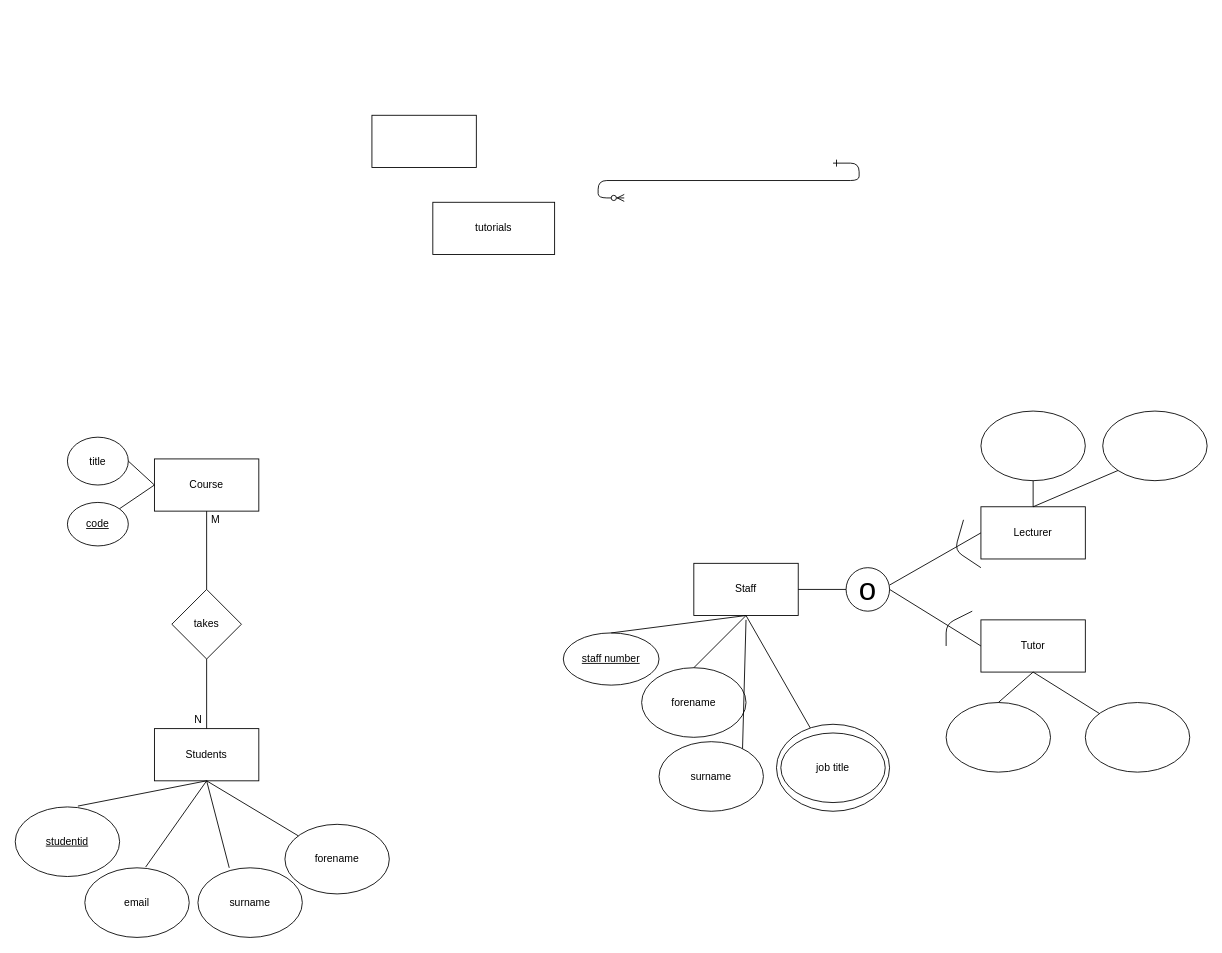
This is CS1F_LAB_1.drawio from LorneBarnaby/jupyter-notes, a draw.io file, before an edit. Source tidied: cells renumbered, new cells numbered last; positions are measured from the earlier drawing's top-left corner, leaving out a move shared by most shapes. Both pictures are drawn from the tidied source at 87%, with x=0, y=0 at pixel (15, 115).
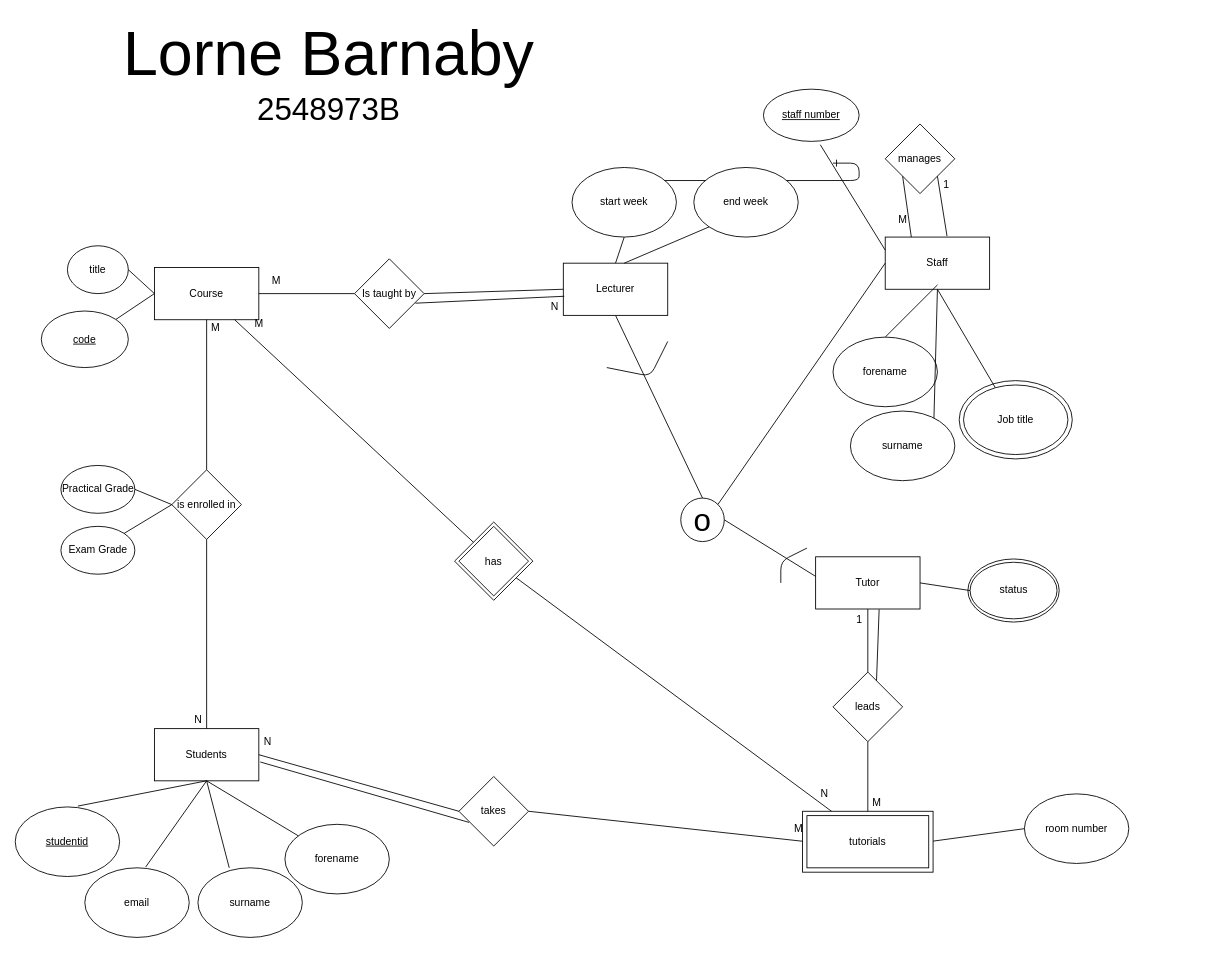
Above is the later version.

Unchanged cells that the change refers to:
```xml
<mxCell id="4" value="Students" style="rounded=0;whiteSpace=wrap;html=1;" parent="1" vertex="1">
  <mxGeometry x="160" y="705" width="120" height="60" as="geometry" />
</mxCell>
```

Diff of the diagram source:
```diff
@@
+    <mxCell id="51" style="ellipse;whiteSpace=wrap;html=1;" parent="1" vertex="1">
+      <mxGeometry x="1095" y="510" width="105" height="72.5" as="geometry" />
+    </mxCell>
+    <mxCell id="52" style="ellipse;whiteSpace=wrap;html=1;" parent="1" vertex="1">
+      <mxGeometry x="1085" y="305" width="130" height="90" as="geometry" />
+    </mxCell>
@@
-    <mxCell id="3" style="rounded=0;whiteSpace=wrap;html=1;" parent="1" vertex="1">
-      <mxGeometry x="410" width="120" height="60" as="geometry" />
-    </mxCell>
@@
-    <mxCell id="5" value="tutorials" style="rounded=0;whiteSpace=wrap;html=1;" parent="1" vertex="1">
-      <mxGeometry x="480" y="100" width="140" height="60" as="geometry" />
-    </mxCell>
     <mxCell id="6" value="Staff" style="rounded=0;whiteSpace=wrap;html=1;" parent="1" vertex="1">
-      <mxGeometry x="780" y="515" width="120" height="60" as="geometry" />
+      <mxGeometry x="1000" y="140" width="120" height="60" as="geometry" />
     </mxCell>
     <mxCell id="7" value="Course" style="rounded=0;whiteSpace=wrap;html=1;" parent="1" vertex="1">
-      <mxGeometry x="160" y="395" width="120" height="60" as="geometry" />
+      <mxGeometry x="160" y="175" width="120" height="60" as="geometry" />
     </mxCell>
     <mxCell id="8" value="&lt;u&gt;code&lt;/u&gt;" style="ellipse;whiteSpace=wrap;html=1;" parent="1" vertex="1">
-      <mxGeometry x="60" y="445" width="70" height="50" as="geometry" />
+      <mxGeometry x="30" y="225" width="100" height="65" as="geometry" />
     </mxCell>
@@
     <mxCell id="10" value="title" style="ellipse;whiteSpace=wrap;html=1;" parent="1" vertex="1">
-      <mxGeometry x="60" y="370" width="70" height="55" as="geometry" />
+      <mxGeometry x="60" y="150" width="70" height="55" as="geometry" />
     </mxCell>
@@
-    <mxCell id="20" value="takes" style="rhombus;whiteSpace=wrap;html=1;" parent="1" vertex="1">
-      <mxGeometry x="180" y="545" width="80" height="80" as="geometry" />
+    <mxCell id="20" value="is enrolled in" style="rhombus;whiteSpace=wrap;html=1;" parent="1" vertex="1">
+      <mxGeometry x="180" y="407.5" width="80" height="80" as="geometry" />
     </mxCell>
@@
     <mxCell id="23" value="M" style="text;html=1;align=center;verticalAlign=middle;" parent="1" vertex="1">
-      <mxGeometry x="220" y="455" width="20" height="20" as="geometry" />
+      <mxGeometry x="220" y="235" width="20" height="20" as="geometry" />
     </mxCell>
@@
     <mxCell id="25" value="&lt;u&gt;staff number&lt;/u&gt;" style="ellipse;whiteSpace=wrap;html=1;" parent="1" vertex="1">
-      <mxGeometry x="630" y="595" width="110" height="60" as="geometry" />
+      <mxGeometry x="860" y="-30" width="110" height="60" as="geometry" />
     </mxCell>
     <mxCell id="26" value="forename" style="ellipse;whiteSpace=wrap;html=1;" parent="1" vertex="1">
-      <mxGeometry x="720" y="635" width="120" height="80" as="geometry" />
+      <mxGeometry x="940" y="255" width="120" height="80" as="geometry" />
     </mxCell>
     <mxCell id="27" value="surname" style="ellipse;whiteSpace=wrap;html=1;" parent="1" vertex="1">
-      <mxGeometry x="740" y="720" width="120" height="80" as="geometry" />
+      <mxGeometry x="960" y="340" width="120" height="80" as="geometry" />
     </mxCell>
-    <mxCell id="28" style="group;" parent="1" vertex="1">
-      <mxGeometry x="875" y="700" width="130" height="100" as="geometry" />
-    </mxCell>
-    <mxCell id="29" style="ellipse;whiteSpace=wrap;html=1;" parent="28" vertex="1">
-      <mxGeometry width="130" height="100" as="geometry" />
-    </mxCell>
-    <mxCell id="30" value="job title" style="ellipse;whiteSpace=wrap;html=1;" parent="28" vertex="1">
-      <mxGeometry x="5" y="10" width="120" height="80" as="geometry" />
-    </mxCell>
-    <mxCell id="31" style="endArrow=none;html=1;entryX=0.5;entryY=1;entryDx=0;entryDy=0;exitX=0.5;exitY=0;exitDx=0;exitDy=0;" parent="1" edge="1" source="25" target="6">
+    <mxCell id="31" style="endArrow=none;html=1;entryX=0;entryY=0.25;entryDx=0;entryDy=0;exitX=0.594;exitY=1.064;exitDx=0;exitDy=0;exitPerimeter=0;" parent="1" edge="1" source="25" target="6">
       <mxGeometry relative="1" as="geometry" />
     </mxCell>
     <mxCell id="32" style="endArrow=none;html=1;exitX=0.5;exitY=0;exitDx=0;exitDy=0;" parent="1" edge="1" source="26">
       <mxGeometry relative="1" as="geometry">
-        <mxPoint x="840" y="575" as="targetPoint" />
+        <mxPoint x="1060" y="195" as="targetPoint" />
       </mxGeometry>
     </mxCell>
-    <mxCell id="33" style="endArrow=none;html=1;exitX=0.5;exitY=1;exitDx=0;exitDy=0;" parent="1" edge="1" source="6" target="29">
-      <mxGeometry relative="1" as="geometry" />
+    <mxCell id="33" style="endArrow=none;html=1;exitX=0.5;exitY=1;exitDx=0;exitDy=0;" parent="1" edge="1" source="6">
+      <mxGeometry relative="1" as="geometry">
+        <mxPoint x="1133.2" y="324.4" as="targetPoint" />
+      </mxGeometry>
     </mxCell>
     <mxCell id="34" style="endArrow=none;html=1;exitX=0.8;exitY=0.1;exitDx=0;exitDy=0;exitPerimeter=0;" parent="1" edge="1" source="27">
       <mxGeometry relative="1" as="geometry">
-        <mxPoint x="840" y="580" as="targetPoint" />
+        <mxPoint x="1060" y="200" as="targetPoint" />
       </mxGeometry>
     </mxCell>
     <mxCell id="35" value="&lt;font style=&quot;font-size: 36px&quot;&gt;o&lt;/font&gt;" style="ellipse;whiteSpace=wrap;html=1;" parent="1" vertex="1">
-      <mxGeometry x="955" y="520" width="50" height="50" as="geometry" />
+      <mxGeometry x="765" y="440" width="50" height="50" as="geometry" />
     </mxCell>
-    <mxCell id="36" style="endArrow=none;html=1;entryX=0;entryY=0.5;entryDx=0;entryDy=0;exitX=1;exitY=0.5;exitDx=0;exitDy=0;" parent="1" edge="1" source="6" target="35">
-      <mxGeometry relative="1" as="geometry" />
-    </mxCell>
     <mxCell id="37" style="endArrow=none;html=1;exitX=1;exitY=0.5;exitDx=0;exitDy=0;" parent="1" edge="1" source="35">
       <mxGeometry relative="1" as="geometry">
-        <mxPoint x="1110" y="610" as="targetPoint" />
+        <mxPoint x="920" y="530" as="targetPoint" />
       </mxGeometry>
     </mxCell>
-    <mxCell id="38" style="endArrow=none;html=1;" parent="1" edge="1">
-      <mxGeometry relative="1" as="geometry">
-        <mxPoint x="1005" y="540" as="sourcePoint" />
-        <mxPoint x="1110" y="480" as="targetPoint" />
-      </mxGeometry>
+    <mxCell id="38" style="endArrow=none;html=1;entryX=0.5;entryY=1;entryDx=0;entryDy=0;exitX=0.5;exitY=0;exitDx=0;exitDy=0;" parent="1" edge="1" source="35" target="41">
+      <mxGeometry relative="1" as="geometry" />
     </mxCell>
     <mxCell id="39" style="endArrow=none;html=1;fontStyle=1;" parent="1" edge="1">
       <mxGeometry relative="1" as="geometry">
-        <mxPoint x="1070" y="610" as="sourcePoint" />
-        <mxPoint x="1100" y="570" as="targetPoint" />
+        <mxPoint x="880" y="537.5" as="sourcePoint" />
+        <mxPoint x="910" y="497.5" as="targetPoint" />
         <Array as="points">
-          <mxPoint x="1070" y="585" />
+          <mxPoint x="880" y="512.5" />
         </Array>
       </mxGeometry>
     </mxCell>
-    <mxCell id="40" style="endArrow=none;html=1;fontStyle=1;" parent="1" edge="1">
-      <mxGeometry relative="1" as="geometry">
-        <mxPoint x="1110" y="520" as="sourcePoint" />
-        <mxPoint x="1090" y="465" as="targetPoint" />
-        <Array as="points">
-          <mxPoint x="1080" y="500" />
-        </Array>
-      </mxGeometry>
-    </mxCell>
     <mxCell id="41" value="Lecturer" style="rounded=0;whiteSpace=wrap;html=1;" parent="1" vertex="1">
-      <mxGeometry x="1110" y="450" width="120" height="60" as="geometry" />
+      <mxGeometry x="630" y="170" width="120" height="60" as="geometry" />
     </mxCell>
     <mxCell id="42" value="Tutor" style="rounded=0;whiteSpace=wrap;html=1;" parent="1" vertex="1">
-      <mxGeometry x="1110" y="580" width="120" height="60" as="geometry" />
+      <mxGeometry x="920" y="507.5" width="120" height="60" as="geometry" />
     </mxCell>
-    <mxCell id="43" style="ellipse;whiteSpace=wrap;html=1;" parent="1" vertex="1">
-      <mxGeometry x="1110" y="340" width="120" height="80" as="geometry" />
+    <mxCell id="43" value="start week" style="ellipse;whiteSpace=wrap;html=1;" parent="1" vertex="1">
+      <mxGeometry x="640" y="60" width="120" height="80" as="geometry" />
     </mxCell>
-    <mxCell id="44" style="ellipse;whiteSpace=wrap;html=1;" parent="1" vertex="1">
-      <mxGeometry x="1230" y="675" width="120" height="80" as="geometry" />
-    </mxCell>
-    <mxCell id="45" style="ellipse;whiteSpace=wrap;html=1;" parent="1" vertex="1">
-      <mxGeometry x="1070" y="675" width="120" height="80" as="geometry" />
+    <mxCell id="45" value="status" style="ellipse;whiteSpace=wrap;html=1;" parent="1" vertex="1">
+      <mxGeometry x="1097.5" y="513.8" width="100" height="65" as="geometry" />
     </mxCell>
-    <mxCell id="46" style="ellipse;whiteSpace=wrap;html=1;" parent="1" vertex="1">
-      <mxGeometry x="1250" y="340" width="120" height="80" as="geometry" />
+    <mxCell id="46" value="end week" style="ellipse;whiteSpace=wrap;html=1;" parent="1" vertex="1">
+      <mxGeometry x="780" y="60" width="120" height="80" as="geometry" />
     </mxCell>
@@
     <mxCell id="48" style="endArrow=none;html=1;entryX=0;entryY=1;entryDx=0;entryDy=0;" parent="1" edge="1" target="46">
       <mxGeometry relative="1" as="geometry">
-        <mxPoint x="1170" y="450" as="sourcePoint" />
+        <mxPoint x="700" y="170" as="sourcePoint" />
       </mxGeometry>
     </mxCell>
-    <mxCell id="49" style="endArrow=none;html=1;exitX=0.5;exitY=0;exitDx=0;exitDy=0;" parent="1" edge="1" source="45">
-      <mxGeometry relative="1" as="geometry">
-        <mxPoint x="1170" y="640" as="targetPoint" />
-      </mxGeometry>
+    <mxCell id="49" style="endArrow=none;html=1;exitX=0;exitY=0.5;exitDx=0;exitDy=0;entryX=1;entryY=0.5;entryDx=0;entryDy=0;" parent="1" edge="1" source="45" target="42">
+      <mxGeometry relative="1" as="geometry" />
     </mxCell>
-    <mxCell id="50" style="endArrow=none;html=1;exitX=0.5;exitY=1;exitDx=0;exitDy=0;" parent="1" edge="1" source="42" target="44">
-      <mxGeometry relative="1" as="geometry" />
-    </mxCell>
+    <mxCell id="53" value="Practical Grade" style="ellipse;whiteSpace=wrap;html=1;" parent="1" vertex="1">
+      <mxGeometry x="52.5" y="402.5" width="85" height="55" as="geometry" />
+    </mxCell>
+    <mxCell id="54" value="Exam Grade" style="ellipse;whiteSpace=wrap;html=1;" parent="1" vertex="1">
+      <mxGeometry x="52.5" y="472.5" width="85" height="55" as="geometry" />
+    </mxCell>
+    <mxCell id="55" style="endArrow=none;html=1;entryX=1;entryY=0.5;entryDx=0;entryDy=0;exitX=0;exitY=0.5;exitDx=0;exitDy=0;" parent="1" edge="1" source="20" target="53">
+      <mxGeometry relative="1" as="geometry" />
+    </mxCell>
+    <mxCell id="56" style="endArrow=none;html=1;entryX=0;entryY=0.5;entryDx=0;entryDy=0;exitX=1;exitY=0;exitDx=0;exitDy=0;" parent="1" edge="1" source="54" target="20">
+      <mxGeometry relative="1" as="geometry" />
+    </mxCell>
+    <mxCell id="57" value="room number" style="ellipse;whiteSpace=wrap;html=1;" parent="1" vertex="1">
+      <mxGeometry x="1160" y="780" width="120" height="80" as="geometry" />
+    </mxCell>
+    <mxCell id="58" value="manages" style="rhombus;whiteSpace=wrap;html=1;" parent="1" vertex="1">
+      <mxGeometry x="1000" y="10" width="80" height="80" as="geometry" />
+    </mxCell>
+    <mxCell id="59" style="endArrow=none;html=1;exitX=0.25;exitY=0;exitDx=0;exitDy=0;entryX=0;entryY=1;entryDx=0;entryDy=0;" parent="1" edge="1" source="6" target="58">
+      <mxGeometry relative="1" as="geometry" />
+    </mxCell>
+    <mxCell id="60" style="endArrow=none;html=1;entryX=1;entryY=1;entryDx=0;entryDy=0;exitX=0.592;exitY=-0.019;exitDx=0;exitDy=0;exitPerimeter=0;" parent="1" edge="1" source="6" target="58">
+      <mxGeometry relative="1" as="geometry" />
+    </mxCell>
+    <mxCell id="61" value="1" style="text;html=1;align=center;verticalAlign=middle;" parent="1" vertex="1">
+      <mxGeometry x="1060" y="70" width="20" height="20" as="geometry" />
+    </mxCell>
+    <mxCell id="62" value="M" style="text;html=1;align=center;verticalAlign=middle;" parent="1" vertex="1">
+      <mxGeometry x="1010" y="110" width="20" height="20" as="geometry" />
+    </mxCell>
+    <mxCell id="63" style="endArrow=none;html=1;entryX=0;entryY=0.5;entryDx=0;entryDy=0;exitX=1;exitY=0.5;exitDx=0;exitDy=0;" parent="1" edge="1" source="5" target="57">
+      <mxGeometry relative="1" as="geometry" />
+    </mxCell>
+    <mxCell id="64" style="endArrow=none;html=1;" parent="1" edge="1">
+      <mxGeometry relative="1" as="geometry">
+        <mxPoint x="680" y="290" as="sourcePoint" />
+        <mxPoint x="750" y="260" as="targetPoint" />
+        <Array as="points">
+          <mxPoint x="730" y="300" />
+        </Array>
+      </mxGeometry>
+    </mxCell>
+    <mxCell id="65" style="endArrow=none;html=1;exitX=1;exitY=0.5;exitDx=0;exitDy=0;entryX=0;entryY=0.5;entryDx=0;entryDy=0;" parent="1" edge="1" source="7" target="66">
+      <mxGeometry relative="1" as="geometry" />
+    </mxCell>
+    <mxCell id="66" value="Is taught by" style="rhombus;whiteSpace=wrap;html=1;" parent="1" vertex="1">
+      <mxGeometry x="390" y="165" width="80" height="80" as="geometry" />
+    </mxCell>
+    <mxCell id="67" style="endArrow=none;html=1;exitX=1;exitY=0.5;exitDx=0;exitDy=0;entryX=0;entryY=0.5;entryDx=0;entryDy=0;" parent="1" edge="1" source="66" target="41">
+      <mxGeometry relative="1" as="geometry" />
+    </mxCell>
+    <mxCell id="68" style="endArrow=none;html=1;entryX=0.5;entryY=1;entryDx=0;entryDy=0;exitX=0.5;exitY=0;exitDx=0;exitDy=0;" parent="1" edge="1" source="69" target="42">
+      <mxGeometry relative="1" as="geometry" />
+    </mxCell>
+    <mxCell id="69" value="leads" style="rhombus;whiteSpace=wrap;html=1;" parent="1" vertex="1">
+      <mxGeometry x="940" y="640" width="80" height="80" as="geometry" />
+    </mxCell>
+    <mxCell id="70" style="endArrow=none;html=1;entryX=0.5;entryY=1;entryDx=0;entryDy=0;exitX=0.5;exitY=0;exitDx=0;exitDy=0;" parent="1" edge="1" source="5" target="69">
+      <mxGeometry relative="1" as="geometry" />
+    </mxCell>
+    <mxCell id="71" value="1" style="text;html=1;align=center;verticalAlign=middle;" parent="1" vertex="1">
+      <mxGeometry x="960" y="570" width="20" height="20" as="geometry" />
+    </mxCell>
+    <mxCell id="72" value="M" style="text;html=1;align=center;verticalAlign=middle;" parent="1" vertex="1">
+      <mxGeometry x="980" y="780" width="20" height="20" as="geometry" />
+    </mxCell>
+    <mxCell id="73" style="endArrow=none;html=1;exitX=1;exitY=0.5;exitDx=0;exitDy=0;entryX=0;entryY=0.5;entryDx=0;entryDy=0;" parent="1" edge="1" source="4" target="74">
+      <mxGeometry relative="1" as="geometry" />
+    </mxCell>
+    <mxCell id="74" value="takes" style="rhombus;whiteSpace=wrap;html=1;" parent="1" vertex="1">
+      <mxGeometry x="510" y="760" width="80" height="80" as="geometry" />
+    </mxCell>
+    <mxCell id="75" style="endArrow=none;html=1;entryX=0;entryY=0.5;entryDx=0;entryDy=0;exitX=1;exitY=0.5;exitDx=0;exitDy=0;" parent="1" edge="1" source="74" target="5">
+      <mxGeometry relative="1" as="geometry" />
+    </mxCell>
+    <mxCell id="76" value="M" style="text;html=1;align=center;verticalAlign=middle;" parent="1" vertex="1">
+      <mxGeometry x="890" y="810" width="20" height="20" as="geometry" />
+    </mxCell>
+    <mxCell id="77" value="N" style="text;html=1;align=center;verticalAlign=middle;" parent="1" vertex="1">
+      <mxGeometry x="280" y="710" width="20" height="20" as="geometry" />
+    </mxCell>
+    <mxCell id="78" style="endArrow=none;html=1;exitX=1;exitY=0;exitDx=0;exitDy=0;entryX=0;entryY=0.5;entryDx=0;entryDy=0;" parent="1" edge="1" source="35" target="6">
+      <mxGeometry relative="1" as="geometry" />
+    </mxCell>
+    <mxCell id="79" value="&lt;div&gt;Job title&lt;/div&gt;" style="ellipse;whiteSpace=wrap;html=1;" parent="1" vertex="1">
+      <mxGeometry x="1090" y="310" width="120" height="80" as="geometry" />
+    </mxCell>
+    <mxCell id="80" style="endArrow=none;html=1;" parent="1" edge="1" source="7" target="85">
+      <mxGeometry relative="1" as="geometry" />
+    </mxCell>
+    <mxCell id="81" style="endArrow=none;html=1;entryX=0.25;entryY=0;entryDx=0;entryDy=0;" parent="1" edge="1" source="85" target="5">
+      <mxGeometry relative="1" as="geometry" />
+    </mxCell>
+    <mxCell id="82" style="endArrow=none;html=1;" parent="1" edge="1">
+      <mxGeometry relative="1" as="geometry">
+        <mxPoint x="990" y="650" as="sourcePoint" />
+        <mxPoint x="993" y="568" as="targetPoint" />
+      </mxGeometry>
+    </mxCell>
+    <mxCell id="83" style="endArrow=none;html=1;exitX=1.014;exitY=0.639;exitDx=0;exitDy=0;exitPerimeter=0;entryX=0.146;entryY=0.66;entryDx=0;entryDy=0;entryPerimeter=0;" parent="1" edge="1" source="4" target="74">
+      <mxGeometry relative="1" as="geometry" />
+    </mxCell>
+    <mxCell id="84" style="rhombus;whiteSpace=wrap;html=1;" parent="1" vertex="1">
+      <mxGeometry x="505" y="467.5" width="90" height="90" as="geometry" />
+    </mxCell>
+    <mxCell id="85" value="has" style="rhombus;whiteSpace=wrap;html=1;" parent="1" vertex="1">
+      <mxGeometry x="510" y="472.5" width="80" height="80" as="geometry" />
+    </mxCell>
+    <mxCell id="86" style="rounded=0;whiteSpace=wrap;html=1;" parent="1" vertex="1">
+      <mxGeometry x="905" y="800" width="150" height="70" as="geometry" />
+    </mxCell>
+    <mxCell id="5" value="tutorials" style="rounded=0;whiteSpace=wrap;html=1;" parent="1" vertex="1">
+      <mxGeometry x="910" y="805" width="140" height="60" as="geometry" />
+    </mxCell>
+    <mxCell id="87" style="endArrow=none;html=1;entryX=0.009;entryY=0.634;entryDx=0;entryDy=0;entryPerimeter=0;" parent="1" edge="1" target="41">
+      <mxGeometry relative="1" as="geometry">
+        <mxPoint x="460" y="216" as="sourcePoint" />
+      </mxGeometry>
+    </mxCell>
+    <mxCell id="88" value="M" style="text;html=1;align=center;verticalAlign=middle;" parent="1" vertex="1">
+      <mxGeometry x="290" y="180" width="20" height="20" as="geometry" />
+    </mxCell>
+    <mxCell id="89" value="N" style="text;html=1;align=center;verticalAlign=middle;" parent="1" vertex="1">
+      <mxGeometry x="610" y="210" width="20" height="20" as="geometry" />
+    </mxCell>
+    <mxCell id="90" value="M" style="text;html=1;align=center;verticalAlign=middle;" parent="1" vertex="1">
+      <mxGeometry x="270" y="230" width="20" height="20" as="geometry" />
+    </mxCell>
+    <mxCell id="91" value="N" style="text;html=1;align=center;verticalAlign=middle;" parent="1" vertex="1">
+      <mxGeometry x="920" y="770" width="20" height="20" as="geometry" />
+    </mxCell>
+    <mxCell id="92" value="&lt;div&gt;&lt;font style=&quot;font-size: 72px&quot;&gt;Lorne Barnaby&lt;/font&gt;&lt;/div&gt;&lt;div&gt;&lt;font style=&quot;font-size: 36px&quot;&gt;2548973B&lt;br&gt;&lt;/font&gt;&lt;/div&gt;" style="text;html=1;align=center;verticalAlign=middle;" parent="1" vertex="1">
+      <mxGeometry x="115" y="-80" width="490" height="60" as="geometry" />
+    </mxCell>
```
